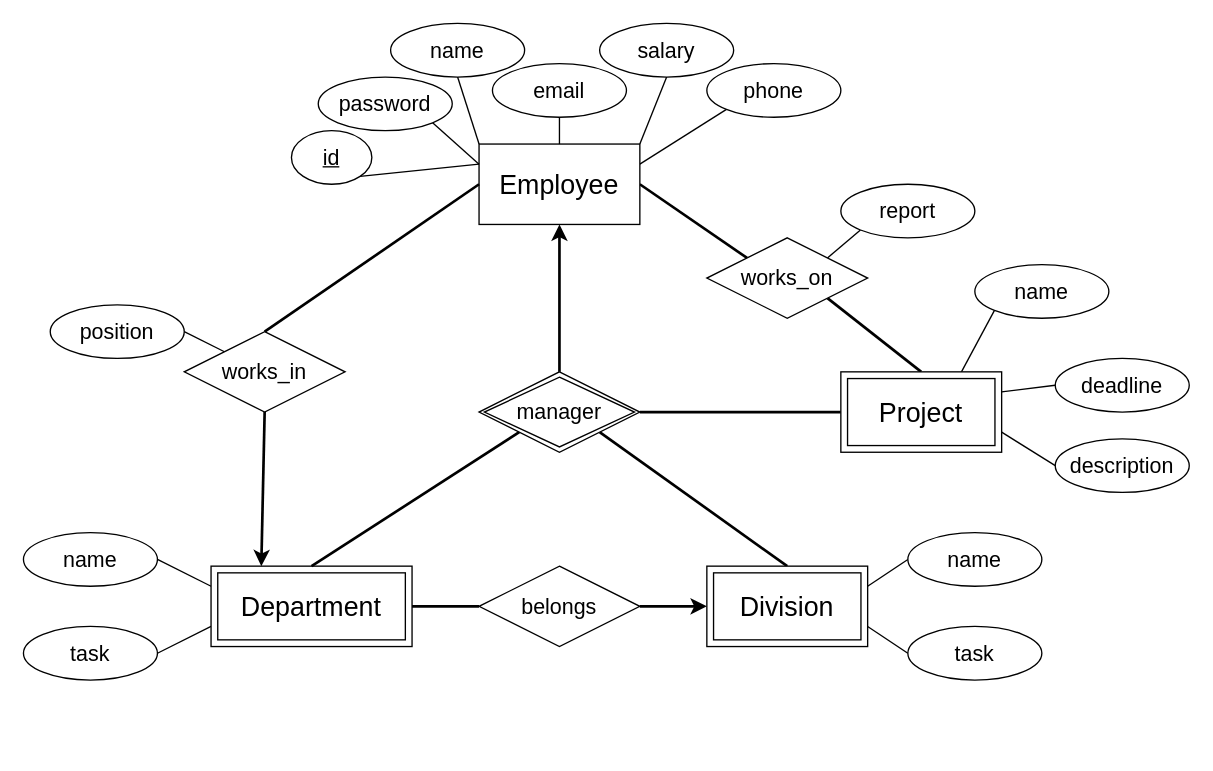
Before: E-K.drawio in b-balog/Vallalat, a draw.io diagram. Source tidied: cells renumbered, new cells numbered last; positions are measured from the earlier drawing's top-left corner, leaving out a move shared by most shapes. Both pictures are drawn from the tidied source at 134%, with x=0, y=0 at pixel (23, 23).
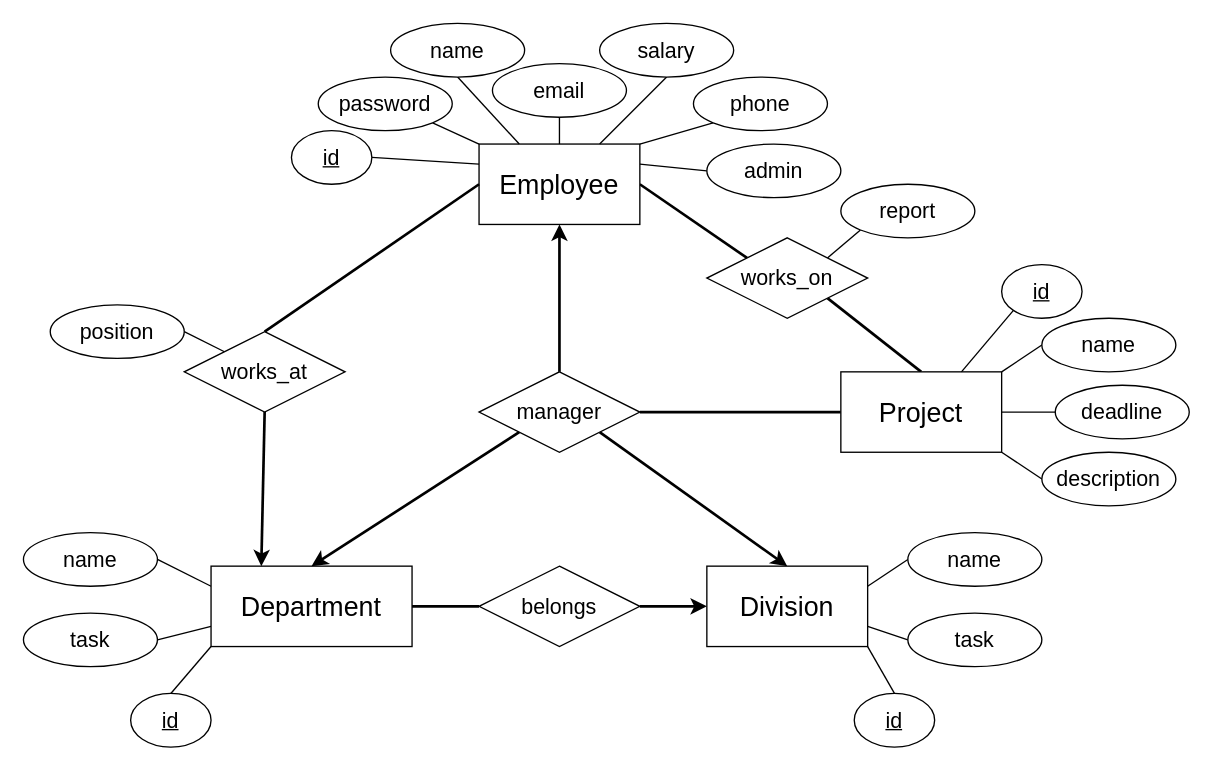
The same diagram, later.

Unchanged cells that the change refers to:
```xml
<mxCell id="4" value="&lt;font style=&quot;font-size: 20px;&quot;&gt;Employee&lt;/font&gt;" style="rounded=0;whiteSpace=wrap;html=1;" parent="1" vertex="1">
  <mxGeometry x="340" y="90" width="120" height="60" as="geometry" />
</mxCell>
<mxCell id="18" value="&lt;span style=&quot;font-size: 16px;&quot;&gt;password&lt;/span&gt;" style="ellipse;whiteSpace=wrap;html=1;align=center;" parent="1" vertex="1">
  <mxGeometry x="220" y="40" width="100" height="40" as="geometry" />
</mxCell>
<mxCell id="19" value="&lt;font style=&quot;font-size: 16px;&quot;&gt;id&lt;/font&gt;" style="ellipse;whiteSpace=wrap;html=1;align=center;fontStyle=4;" parent="1" vertex="1">
  <mxGeometry x="200" y="80" width="60" height="40" as="geometry" />
</mxCell>
<mxCell id="21" value="&lt;span style=&quot;font-size: 16px;&quot;&gt;name&lt;/span&gt;" style="ellipse;whiteSpace=wrap;html=1;align=center;" parent="1" vertex="1">
  <mxGeometry x="274" width="100" height="40" as="geometry" />
</mxCell>
<mxCell id="25" value="&lt;font style=&quot;font-size: 16px;&quot;&gt;salary&lt;/font&gt;" style="ellipse;whiteSpace=wrap;html=1;align=center;" parent="1" vertex="1">
  <mxGeometry x="430" width="100" height="40" as="geometry" />
</mxCell>
```

Diff of the diagram source:
```diff
@@
-    <mxCell id="2" style="rounded=0;jettySize=auto;html=1;exitX=1;exitY=0.25;exitDx=0;exitDy=0;entryX=0;entryY=1;entryDx=0;entryDy=0;endArrow=none;endFill=0;" parent="1" edge="1" source="4" target="26">
+    <mxCell id="2" style="rounded=0;jettySize=auto;html=1;exitX=1;exitY=0;exitDx=0;exitDy=0;entryX=0;entryY=1;entryDx=0;entryDy=0;endArrow=none;endFill=0;" parent="1" edge="1" source="4" target="26">
       <mxGeometry relative="1" as="geometry" />
     </mxCell>
@@
+    <mxCell id="50" style="rounded=0;jettySize=auto;html=1;exitX=1;exitY=0.25;exitDx=0;exitDy=0;entryX=0;entryY=0.5;entryDx=0;entryDy=0;endArrow=none;endFill=0;" parent="1" edge="1" source="4" target="57">
+      <mxGeometry relative="1" as="geometry" />
+    </mxCell>
@@
-    <mxCell id="5" style="rounded=0;jettySize=auto;html=1;exitX=0.5;exitY=0;exitDx=0;exitDy=0;entryX=1;entryY=1;entryDx=0;entryDy=0;endArrow=none;endFill=0;strokeWidth=2;startArrow=none;startFill=0;" parent="1" edge="1" source="35" target="38">
+    <mxCell id="5" style="rounded=0;jettySize=auto;html=1;exitX=0.5;exitY=0;exitDx=0;exitDy=0;entryX=1;entryY=1;entryDx=0;entryDy=0;endArrow=none;endFill=0;strokeWidth=2;startArrow=classic;startFill=1;" parent="1" edge="1" source="35" target="38">
       <mxGeometry relative="1" as="geometry" />
     </mxCell>
@@
+    <mxCell id="51" style="rounded=0;jettySize=auto;html=1;exitX=0;exitY=1;exitDx=0;exitDy=0;entryX=0.5;entryY=0;entryDx=0;entryDy=0;endArrow=none;endFill=0;" parent="1" edge="1" source="8" target="53">
+      <mxGeometry relative="1" as="geometry" />
+    </mxCell>
-    <mxCell id="8" value="&lt;font style=&quot;font-size: 20px;&quot;&gt;Department&lt;/font&gt;" style="shape=ext;margin=3;double=1;whiteSpace=wrap;html=1;align=center;" parent="1" vertex="1">
+    <mxCell id="8" value="&lt;font style=&quot;font-size: 20px;&quot;&gt;Department&lt;/font&gt;" style="rounded=0;whiteSpace=wrap;html=1;" parent="1" vertex="1">
       <mxGeometry x="140" y="405" width="150" height="60" as="geometry" />
     </mxCell>
@@
-    <mxCell id="13" value="&lt;font style=&quot;font-size: 16px;&quot;&gt;works_in&lt;/font&gt;" style="rhombus;whiteSpace=wrap;html=1;" parent="1" vertex="1">
+    <mxCell id="13" value="&lt;font style=&quot;font-size: 16px;&quot;&gt;works_at&lt;/font&gt;" style="rhombus;whiteSpace=wrap;html=1;" parent="1" vertex="1">
       <mxGeometry x="120" y="230" width="120" height="60" as="geometry" />
     </mxCell>
@@
-    <mxCell id="16" style="rounded=0;jettySize=auto;html=1;exitX=1;exitY=1;exitDx=0;exitDy=0;entryX=0;entryY=0.25;entryDx=0;entryDy=0;endArrow=none;endFill=0;" parent="1" edge="1" source="19" target="4">
+    <mxCell id="16" style="rounded=0;jettySize=auto;html=1;exitX=1;exitY=0.5;exitDx=0;exitDy=0;entryX=0;entryY=0.25;entryDx=0;entryDy=0;endArrow=none;endFill=0;" parent="1" edge="1" source="19" target="4">
       <mxGeometry relative="1" as="geometry" />
     </mxCell>
-    <mxCell id="17" style="rounded=0;jettySize=auto;html=1;exitX=1;exitY=1;exitDx=0;exitDy=0;entryX=0;entryY=0.25;entryDx=0;entryDy=0;endArrow=none;endFill=0;" parent="1" edge="1" source="18" target="4">
+    <mxCell id="17" style="rounded=0;jettySize=auto;html=1;exitX=1;exitY=1;exitDx=0;exitDy=0;entryX=0;entryY=0;entryDx=0;entryDy=0;endArrow=none;endFill=0;" parent="1" edge="1" source="18" target="4">
       <mxGeometry relative="1" as="geometry" />
     </mxCell>
@@
-    <mxCell id="20" style="rounded=0;jettySize=auto;html=1;exitX=0.5;exitY=1;exitDx=0;exitDy=0;entryX=0;entryY=0;entryDx=0;entryDy=0;endArrow=none;endFill=0;" parent="1" edge="1" source="21" target="4">
+    <mxCell id="20" style="rounded=0;jettySize=auto;html=1;exitX=0.5;exitY=1;exitDx=0;exitDy=0;entryX=0.25;entryY=0;entryDx=0;entryDy=0;endArrow=none;endFill=0;" parent="1" edge="1" source="21" target="4">
       <mxGeometry relative="1" as="geometry" />
     </mxCell>
@@
-    <mxCell id="24" style="rounded=0;jettySize=auto;html=1;exitX=0.5;exitY=1;exitDx=0;exitDy=0;entryX=1;entryY=0;entryDx=0;entryDy=0;endArrow=none;endFill=0;" parent="1" edge="1" source="25" target="4">
+    <mxCell id="24" style="rounded=0;jettySize=auto;html=1;exitX=0.5;exitY=1;exitDx=0;exitDy=0;entryX=0.75;entryY=0;entryDx=0;entryDy=0;endArrow=none;endFill=0;" parent="1" edge="1" source="25" target="4">
       <mxGeometry relative="1" as="geometry" />
     </mxCell>
@@
     <mxCell id="26" value="&lt;span style=&quot;font-size: 16px;&quot;&gt;phone&lt;/span&gt;" style="ellipse;whiteSpace=wrap;html=1;align=center;" parent="1" vertex="1">
-      <mxGeometry x="510" y="30" width="100" height="40" as="geometry" />
+      <mxGeometry x="500" y="40" width="100" height="40" as="geometry" />
     </mxCell>
@@
     <mxCell id="28" value="&lt;span style=&quot;font-size: 16px;&quot;&gt;task&lt;/span&gt;" style="ellipse;whiteSpace=wrap;html=1;align=center;" parent="1" vertex="1">
-      <mxGeometry y="450" width="100" height="40" as="geometry" />
+      <mxGeometry y="440" width="100" height="40" as="geometry" />
     </mxCell>
@@
     <mxCell id="33" value="&lt;span style=&quot;font-size: 16px;&quot;&gt;task&lt;/span&gt;" style="ellipse;whiteSpace=wrap;html=1;align=center;" parent="1" vertex="1">
-      <mxGeometry x="660" y="450" width="100" height="40" as="geometry" />
+      <mxGeometry x="660" y="440" width="100" height="40" as="geometry" />
     </mxCell>
@@
+    <mxCell id="52" style="rounded=0;jettySize=auto;html=1;exitX=1;exitY=1;exitDx=0;exitDy=0;entryX=0.5;entryY=0;entryDx=0;entryDy=0;endArrow=none;endFill=0;" parent="1" edge="1" source="35" target="54">
+      <mxGeometry relative="1" as="geometry" />
+    </mxCell>
-    <mxCell id="35" value="&lt;font style=&quot;font-size: 20px;&quot;&gt;Division&lt;/font&gt;" style="shape=ext;margin=3;double=1;whiteSpace=wrap;html=1;align=center;" parent="1" vertex="1">
+    <mxCell id="35" value="&lt;font style=&quot;font-size: 20px;&quot;&gt;Division&lt;/font&gt;" style="rounded=0;whiteSpace=wrap;html=1;" parent="1" vertex="1">
       <mxGeometry x="510" y="405" width="120" height="60" as="geometry" />
     </mxCell>
-    <mxCell id="36" style="rounded=0;jettySize=auto;html=1;exitX=0;exitY=1;exitDx=0;exitDy=0;strokeWidth=2;endArrow=none;endFill=0;entryX=0.5;entryY=0;entryDx=0;entryDy=0;" parent="1" edge="1" source="38" target="8">
+    <mxCell id="36" style="rounded=0;jettySize=auto;html=1;exitX=0;exitY=1;exitDx=0;exitDy=0;strokeWidth=2;endArrow=classic;endFill=1;entryX=0.5;entryY=0;entryDx=0;entryDy=0;startArrow=none;startFill=0;" parent="1" edge="1" source="38" target="8">
       <mxGeometry relative="1" as="geometry" />
     </mxCell>
@@
-    <mxCell id="38" value="&lt;font style=&quot;font-size: 16px;&quot;&gt;manager&lt;/font&gt;" style="shape=rhombus;double=1;perimeter=rhombusPerimeter;whiteSpace=wrap;html=1;align=center;" parent="1" vertex="1">
+    <mxCell id="38" value="&lt;font style=&quot;font-size: 16px;&quot;&gt;manager&lt;/font&gt;" style="rhombus;whiteSpace=wrap;html=1;" parent="1" vertex="1">
       <mxGeometry x="340" y="260" width="120" height="60" as="geometry" />
     </mxCell>
@@
-    <mxCell id="42" style="rounded=0;jettySize=auto;html=1;exitX=0.75;exitY=0;exitDx=0;exitDy=0;entryX=0;entryY=1;entryDx=0;entryDy=0;endArrow=none;endFill=0;" parent="1" edge="1" source="45" target="47">
+    <mxCell id="42" style="rounded=0;jettySize=auto;html=1;exitX=1;exitY=0;exitDx=0;exitDy=0;entryX=0;entryY=0.5;entryDx=0;entryDy=0;endArrow=none;endFill=0;" parent="1" edge="1" source="45" target="47">
       <mxGeometry relative="1" as="geometry" />
     </mxCell>
-    <mxCell id="43" style="rounded=0;jettySize=auto;html=1;exitX=1;exitY=0.25;exitDx=0;exitDy=0;entryX=0;entryY=0.5;entryDx=0;entryDy=0;endArrow=none;endFill=0;" parent="1" edge="1" source="45" target="48">
+    <mxCell id="43" style="rounded=0;jettySize=auto;html=1;exitX=1;exitY=0.5;exitDx=0;exitDy=0;entryX=0;entryY=0.5;entryDx=0;entryDy=0;endArrow=none;endFill=0;" parent="1" edge="1" source="45" target="48">
       <mxGeometry relative="1" as="geometry" />
     </mxCell>
-    <mxCell id="44" style="rounded=0;jettySize=auto;html=1;exitX=1;exitY=0.75;exitDx=0;exitDy=0;entryX=0;entryY=0.5;entryDx=0;entryDy=0;endArrow=none;endFill=0;" parent="1" edge="1" source="45" target="49">
+    <mxCell id="44" style="rounded=0;jettySize=auto;html=1;exitX=1;exitY=1;exitDx=0;exitDy=0;entryX=0;entryY=0.5;entryDx=0;entryDy=0;endArrow=none;endFill=0;" parent="1" edge="1" source="45" target="49">
       <mxGeometry relative="1" as="geometry" />
     </mxCell>
-    <mxCell id="45" value="&lt;font style=&quot;font-size: 20px;&quot;&gt;Project&lt;/font&gt;" style="shape=ext;margin=3;double=1;whiteSpace=wrap;html=1;align=center;" parent="1" vertex="1">
+    <mxCell id="45" value="&lt;font style=&quot;font-size: 20px;&quot;&gt;Project&lt;/font&gt;" style="rounded=0;whiteSpace=wrap;html=1;" parent="1" vertex="1">
       <mxGeometry x="610" y="260" width="120" height="60" as="geometry" />
     </mxCell>
@@
     <mxCell id="47" value="&lt;font style=&quot;font-size: 16px;&quot;&gt;name&lt;/font&gt;" style="ellipse;whiteSpace=wrap;html=1;align=center;" parent="1" vertex="1">
-      <mxGeometry x="710" y="180" width="100" height="40" as="geometry" />
+      <mxGeometry x="760" y="220" width="100" height="40" as="geometry" />
     </mxCell>
     <mxCell id="48" value="&lt;font style=&quot;font-size: 16px;&quot;&gt;deadline&lt;/font&gt;" style="ellipse;whiteSpace=wrap;html=1;align=center;" parent="1" vertex="1">
-      <mxGeometry x="770" y="250" width="100" height="40" as="geometry" />
+      <mxGeometry x="770" y="270" width="100" height="40" as="geometry" />
     </mxCell>
     <mxCell id="49" value="&lt;font style=&quot;font-size: 16px;&quot;&gt;description&lt;/font&gt;" style="ellipse;whiteSpace=wrap;html=1;align=center;" parent="1" vertex="1">
-      <mxGeometry x="770" y="310" width="100" height="40" as="geometry" />
+      <mxGeometry x="760" y="320" width="100" height="40" as="geometry" />
     </mxCell>
+    <mxCell id="53" value="&lt;font style=&quot;font-size: 16px;&quot;&gt;id&lt;/font&gt;" style="ellipse;whiteSpace=wrap;html=1;align=center;fontStyle=4;" parent="1" vertex="1">
+      <mxGeometry x="80" y="500" width="60" height="40" as="geometry" />
+    </mxCell>
+    <mxCell id="54" value="&lt;font style=&quot;font-size: 16px;&quot;&gt;id&lt;/font&gt;" style="ellipse;whiteSpace=wrap;html=1;align=center;fontStyle=4;" parent="1" vertex="1">
+      <mxGeometry x="620" y="500" width="60" height="40" as="geometry" />
+    </mxCell>
+    <mxCell id="55" style="rounded=0;jettySize=auto;html=1;exitX=0;exitY=1;exitDx=0;exitDy=0;entryX=0.75;entryY=0;entryDx=0;entryDy=0;endArrow=none;endFill=0;" parent="1" edge="1" source="56" target="45">
+      <mxGeometry relative="1" as="geometry" />
+    </mxCell>
+    <mxCell id="56" value="&lt;font style=&quot;font-size: 16px;&quot;&gt;id&lt;/font&gt;" style="ellipse;whiteSpace=wrap;html=1;align=center;fontStyle=4;" parent="1" vertex="1">
+      <mxGeometry x="730" y="180" width="60" height="40" as="geometry" />
+    </mxCell>
+    <mxCell id="57" value="&lt;span style=&quot;font-size: 16px;&quot;&gt;admin&lt;/span&gt;" style="ellipse;whiteSpace=wrap;html=1;align=center;" parent="1" vertex="1">
+      <mxGeometry x="510" y="90" width="100" height="40" as="geometry" />
+    </mxCell>
```
